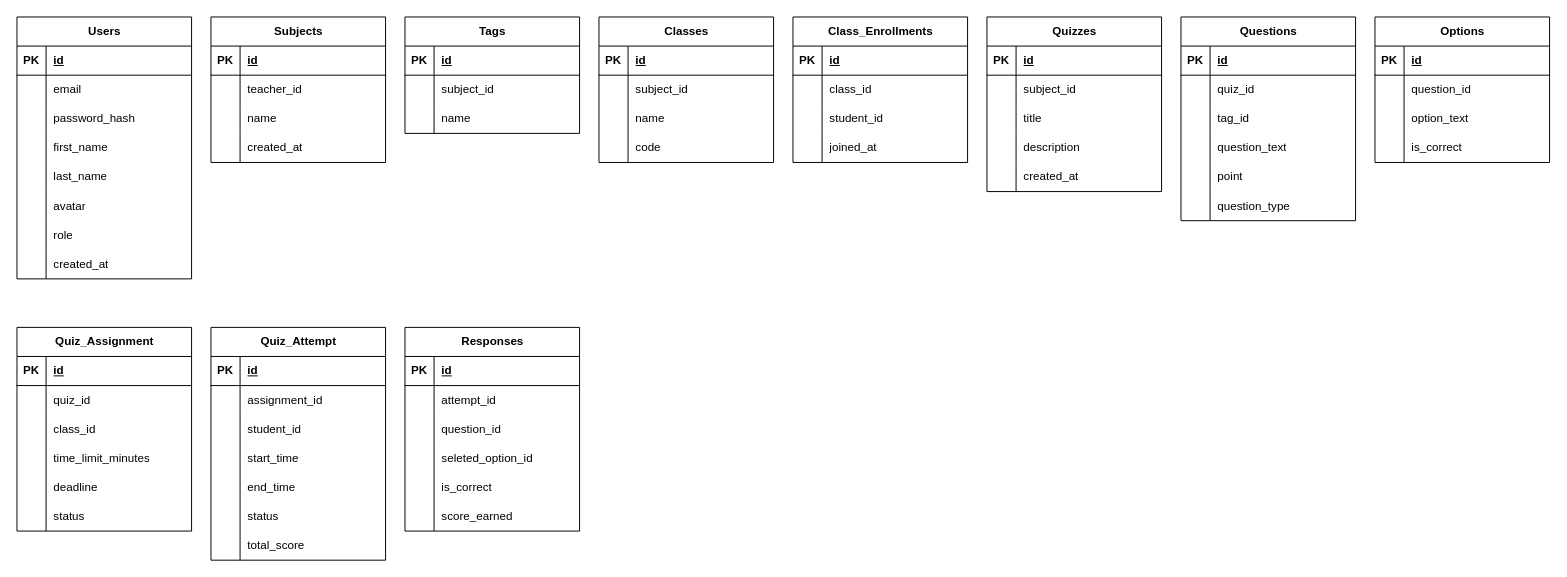
The draw.io diagram doc/insight_quiz.drawio in montreedev45/project_insight_quiz, before the edit. Source tidied: cells renumbered, new cells numbered last; positions are measured from the earlier drawing's top-left corner, leaving out a move shared by most shapes. Both pictures are drawn from the tidied source at 97%, with x=0, y=0 at pixel (16, 16).
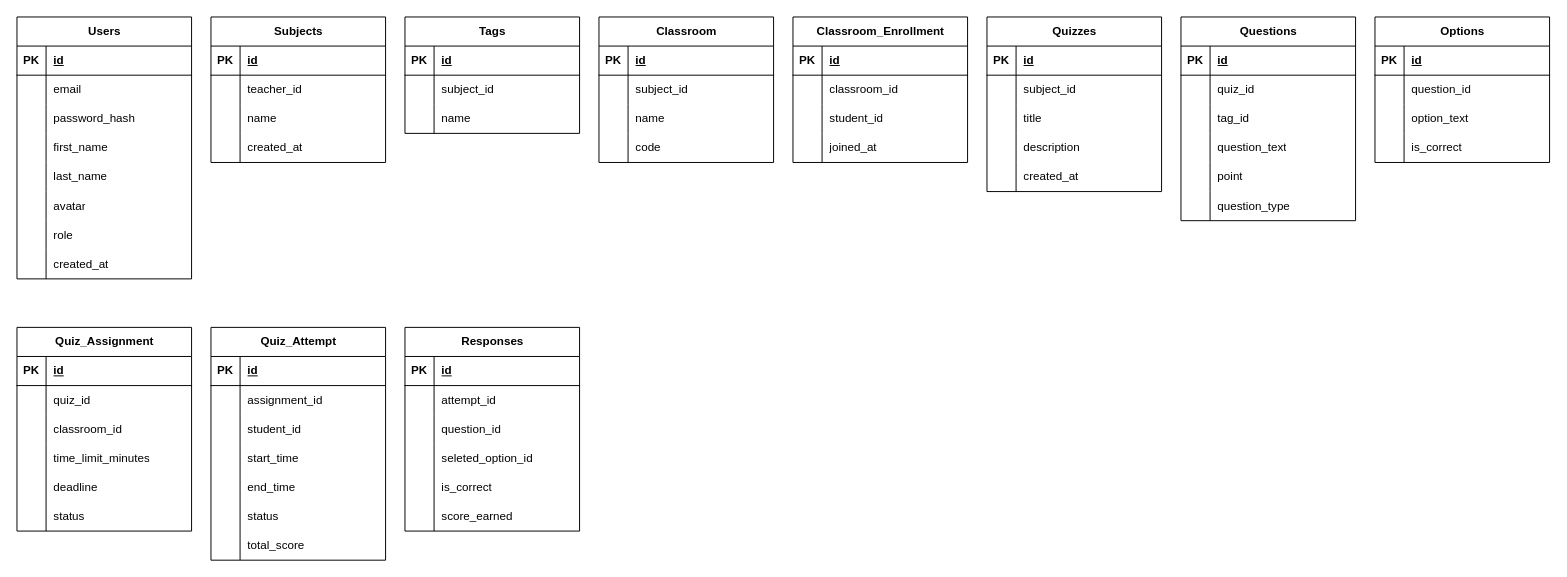
The same page after the edit.

The change refers to these unchanged cells:
```xml
<mxCell id="67" style="shape=tableRow;horizontal=0;startSize=0;swimlaneHead=0;swimlaneBody=0;fillColor=none;top=0;left=0;right=0;bottom=0;" parent="63" vertex="1">
  <mxGeometry y="60" width="180" height="30" as="geometry" />
</mxCell>
<mxCell id="131" style="shape=tableRow;horizontal=0;startSize=0;swimlaneHead=0;swimlaneBody=0;fillColor=none;top=0;left=0;right=0;bottom=0;" parent="124" vertex="1">
  <mxGeometry y="90" width="180" height="30" as="geometry" />
</mxCell>
```

What changed in the source:
```diff
@@
-    <mxCell id="50" value="Classes" style="shape=table;startSize=30;childLayout=tableLayout;rowLines=0;fontStyle=1;align=center;html=1;" parent="1" vertex="1">
+    <mxCell id="50" value="Classroom" style="shape=table;startSize=30;childLayout=tableLayout;rowLines=0;fontStyle=1;align=center;html=1;" parent="1" vertex="1">
       <mxGeometry x="600" width="180" height="150" as="geometry" />
     </mxCell>
@@
-    <mxCell id="63" value="&lt;div style=&quot;line-height: 19px; white-space: pre;&quot;&gt;&lt;span style=&quot;color: rgb(0, 0, 0);&quot;&gt;&lt;font style=&quot;&quot;&gt;Class_Enrollments&lt;/font&gt;&lt;/span&gt;&lt;/div&gt;" style="shape=table;startSize=30;childLayout=tableLayout;rowLines=0;fontStyle=1;align=center;html=1;" parent="1" vertex="1">
+    <mxCell id="63" value="&lt;div style=&quot;line-height: 19px; white-space: pre;&quot;&gt;&lt;span style=&quot;color: rgb(0, 0, 0);&quot;&gt;&lt;font style=&quot;&quot;&gt;Classroom_Enrollment&lt;/font&gt;&lt;/span&gt;&lt;/div&gt;" style="shape=table;startSize=30;childLayout=tableLayout;rowLines=0;fontStyle=1;align=center;html=1;" parent="1" vertex="1">
       <mxGeometry x="800" width="180" height="150" as="geometry" />
     </mxCell>
@@
-    <mxCell id="69" value="class_id" style="shape=partialRectangle;fillColor=none;top=0;left=0;bottom=0;right=0;align=left;spacingLeft=6;overflow=hidden;whiteSpace=wrap;html=1;" parent="67" vertex="1">
+    <mxCell id="69" value="classroom_id" style="shape=partialRectangle;fillColor=none;top=0;left=0;bottom=0;right=0;align=left;spacingLeft=6;overflow=hidden;whiteSpace=wrap;html=1;" parent="67" vertex="1">
       <mxGeometry x="30" width="150" height="30" as="geometry" />
     </mxCell>
@@
-    <mxCell id="133" value="class_id" style="shape=partialRectangle;fillColor=none;top=0;left=0;bottom=0;right=0;align=left;spacingLeft=6;overflow=hidden;whiteSpace=wrap;html=1;" parent="131" vertex="1">
+    <mxCell id="133" value="classroom_id" style="shape=partialRectangle;fillColor=none;top=0;left=0;bottom=0;right=0;align=left;spacingLeft=6;overflow=hidden;whiteSpace=wrap;html=1;" parent="131" vertex="1">
       <mxGeometry x="30" width="150" height="30" as="geometry" />
     </mxCell>
```
